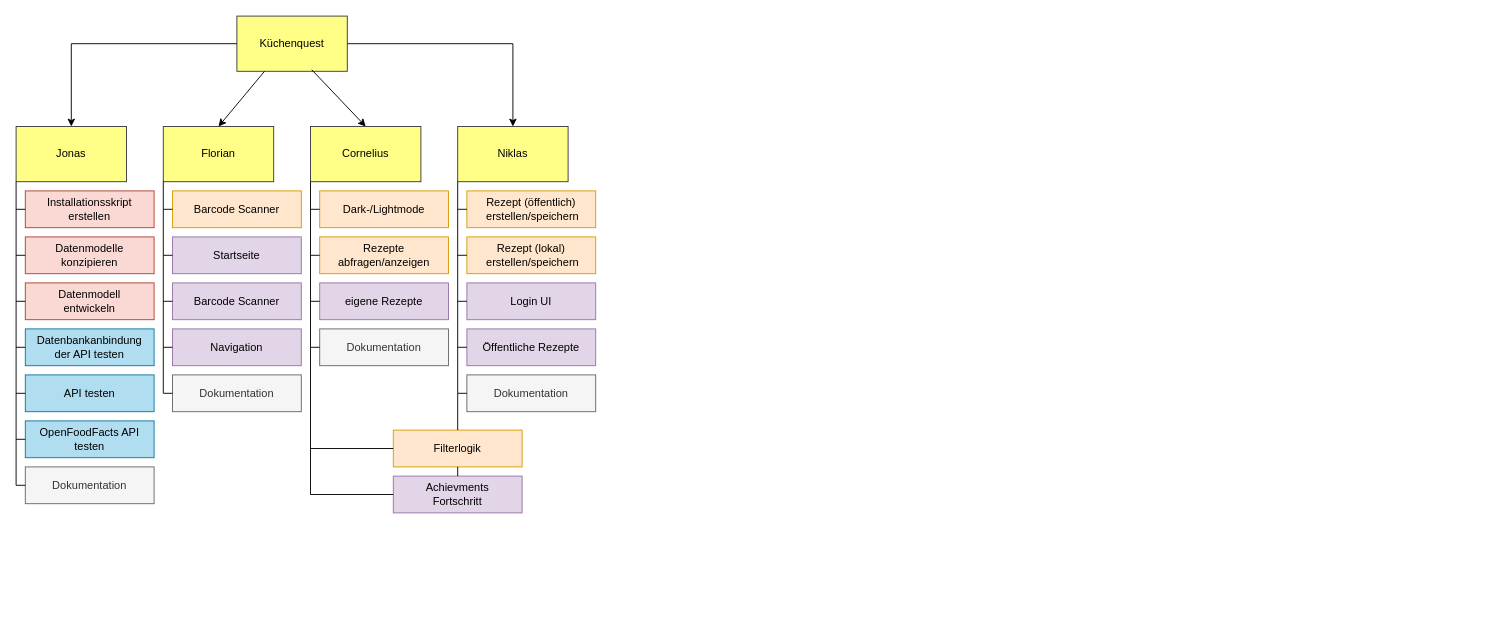
Earlier version of the draw.io diagram Diagramme/ProjektStrukturPlan.drawio (Jo-Broo/Projekt-LF12). Source tidied: cells renumbered, new cells numbered last; positions are measured from the earlier drawing's top-left corner, leaving out a move shared by most shapes. Both pictures are drawn from the tidied source at 92%, with x=0, y=0 at pixel (16, 16).
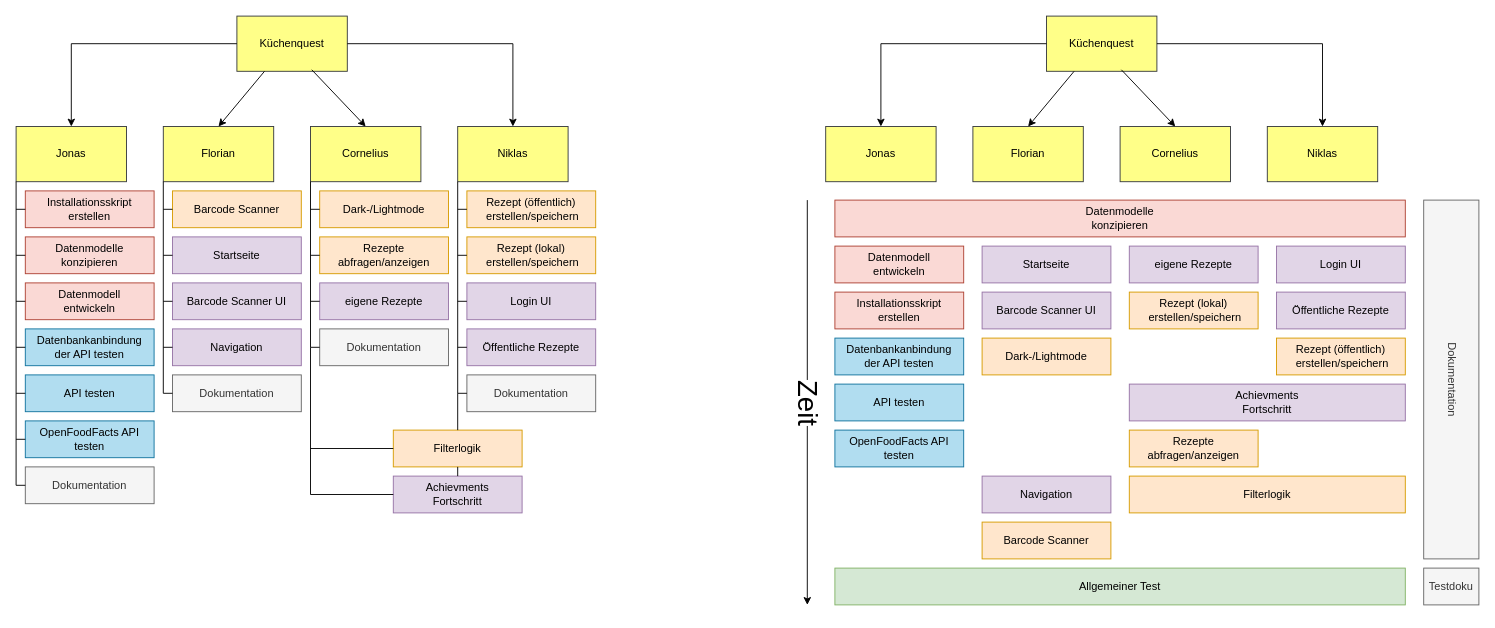
The same page after the edit.

Commit message (it also covers changes not shown here):
Projektstrukturplan geupdated

Change to the diagram source:
```diff
@@
-    <mxCell id="30" value="Barcode Scanner" style="rounded=0;whiteSpace=wrap;html=1;fillColor=#e1d5e7;strokeColor=#9673a6;" parent="1" vertex="1">
+    <mxCell id="30" value="Barcode Scanner UI" style="rounded=0;whiteSpace=wrap;html=1;fillColor=#e1d5e7;strokeColor=#9673a6;" parent="1" vertex="1">
       <mxGeometry x="170" y="290" width="140" height="40" as="geometry" />
     </mxCell>
@@
+    <mxCell id="59" value="Küchenquest" style="rounded=0;whiteSpace=wrap;html=1;fillColor=#ffff88;strokeColor=#36393d;" parent="1" vertex="1">
+      <mxGeometry x="1120" width="120" height="60" as="geometry" />
+    </mxCell>
+    <mxCell id="60" value="Jonas" style="rounded=0;whiteSpace=wrap;html=1;fillColor=#ffff88;strokeColor=#36393d;" parent="1" vertex="1">
+      <mxGeometry x="880" y="120" width="120" height="60" as="geometry" />
+    </mxCell>
+    <mxCell id="61" value="Florian" style="rounded=0;whiteSpace=wrap;html=1;fillColor=#ffff88;strokeColor=#36393d;" parent="1" vertex="1">
+      <mxGeometry x="1040" y="120" width="120" height="60" as="geometry" />
+    </mxCell>
+    <mxCell id="62" value="Cornelius" style="rounded=0;whiteSpace=wrap;html=1;fillColor=#ffff88;strokeColor=#36393d;" parent="1" vertex="1">
+      <mxGeometry x="1200" y="120" width="120" height="60" as="geometry" />
+    </mxCell>
+    <mxCell id="63" value="Niklas" style="rounded=0;whiteSpace=wrap;html=1;fillColor=#ffff88;strokeColor=#36393d;" parent="1" vertex="1">
+      <mxGeometry x="1360" y="120" width="120" height="60" as="geometry" />
+    </mxCell>
+    <mxCell id="64" style="endArrow=classic;html=1;rounded=0;exitX=0;exitY=0.5;exitDx=0;exitDy=0;entryX=0.5;entryY=0;entryDx=0;entryDy=0;" parent="1" edge="1" source="59" target="60">
+      <mxGeometry relative="1" as="geometry">
+        <Array as="points">
+          <mxPoint x="940" y="30" />
+        </Array>
+      </mxGeometry>
+    </mxCell>
+    <mxCell id="65" style="endArrow=classic;html=1;rounded=0;exitX=0.25;exitY=1;exitDx=0;exitDy=0;entryX=0.5;entryY=0;entryDx=0;entryDy=0;" parent="1" edge="1" source="59" target="61">
+      <mxGeometry relative="1" as="geometry" />
+    </mxCell>
+    <mxCell id="66" style="endArrow=classic;html=1;rounded=0;exitX=0.678;exitY=0.972;exitDx=0;exitDy=0;exitPerimeter=0;entryX=0.5;entryY=0;entryDx=0;entryDy=0;" parent="1" edge="1" source="59" target="62">
+      <mxGeometry relative="1" as="geometry" />
+    </mxCell>
+    <mxCell id="67" style="endArrow=classic;html=1;rounded=0;exitX=1;exitY=0.5;exitDx=0;exitDy=0;entryX=0.5;entryY=0;entryDx=0;entryDy=0;" parent="1" edge="1" source="59" target="63">
+      <mxGeometry relative="1" as="geometry">
+        <Array as="points">
+          <mxPoint x="1420" y="30" />
+        </Array>
+      </mxGeometry>
+    </mxCell>
+    <mxCell id="68" value="Datenmodelle&lt;div&gt;konzipieren&lt;/div&gt;" style="rounded=0;whiteSpace=wrap;html=1;fillColor=#fad9d5;strokeColor=#ae4132;" parent="1" vertex="1">
+      <mxGeometry x="890" y="200" width="620" height="40" as="geometry" />
+    </mxCell>
+    <mxCell id="69" value="Datenmodell&lt;div&gt;entwickeln&lt;/div&gt;" style="rounded=0;whiteSpace=wrap;html=1;fillColor=#fad9d5;strokeColor=#ae4132;" parent="1" vertex="1">
+      <mxGeometry x="890" y="250" width="140" height="40" as="geometry" />
+    </mxCell>
+    <mxCell id="70" value="Installationsskript&lt;div&gt;erstellen&lt;/div&gt;" style="rounded=0;whiteSpace=wrap;html=1;fillColor=#fad9d5;strokeColor=#ae4132;" parent="1" vertex="1">
+      <mxGeometry x="890" y="300" width="140" height="40" as="geometry" />
+    </mxCell>
+    <mxCell id="71" value="Datenbankanbindung&lt;div&gt;der API testen&lt;/div&gt;" style="rounded=0;whiteSpace=wrap;html=1;fillColor=#b1ddf0;strokeColor=#10739e;" parent="1" vertex="1">
+      <mxGeometry x="890" y="350" width="140" height="40" as="geometry" />
+    </mxCell>
+    <mxCell id="72" value="API testen" style="rounded=0;whiteSpace=wrap;html=1;fillColor=#b1ddf0;strokeColor=#10739e;" parent="1" vertex="1">
+      <mxGeometry x="890" y="400" width="140" height="40" as="geometry" />
+    </mxCell>
+    <mxCell id="73" value="OpenFoodFacts API testen" style="rounded=0;whiteSpace=wrap;html=1;fillColor=#b1ddf0;strokeColor=#10739e;" parent="1" vertex="1">
+      <mxGeometry x="890" y="450" width="140" height="40" as="geometry" />
+    </mxCell>
+    <mxCell id="74" value="Dark-/Lightmode" style="rounded=0;whiteSpace=wrap;html=1;fillColor=#ffe6cc;strokeColor=#d79b00;" parent="1" vertex="1">
+      <mxGeometry x="1050" y="350" width="140" height="40" as="geometry" />
+    </mxCell>
+    <mxCell id="75" value="Rezepte abfragen/anzeigen" style="rounded=0;whiteSpace=wrap;html=1;fillColor=#ffe6cc;strokeColor=#d79b00;" parent="1" vertex="1">
+      <mxGeometry x="1210" y="450" width="140" height="40" as="geometry" />
+    </mxCell>
+    <mxCell id="76" value="Filterlogik" style="rounded=0;whiteSpace=wrap;html=1;fillColor=#ffe6cc;strokeColor=#d79b00;" parent="1" vertex="1">
+      <mxGeometry x="1210" y="500" width="300" height="40" as="geometry" />
+    </mxCell>
+    <mxCell id="77" value="Rezept (öffentlich)&lt;div&gt;&amp;nbsp;erstellen/speichern&lt;/div&gt;" style="rounded=0;whiteSpace=wrap;html=1;fillColor=#ffe6cc;strokeColor=#d79b00;" parent="1" vertex="1">
+      <mxGeometry x="1370" y="350" width="140" height="40" as="geometry" />
+    </mxCell>
+    <mxCell id="78" value="Barcode Scanner" style="rounded=0;whiteSpace=wrap;html=1;fillColor=#ffe6cc;strokeColor=#d79b00;" parent="1" vertex="1">
+      <mxGeometry x="1050" y="550" width="140" height="40" as="geometry" />
+    </mxCell>
+    <mxCell id="79" value="Rezept (lokal)&lt;div&gt;&amp;nbsp;erstellen/speichern&lt;/div&gt;" style="rounded=0;whiteSpace=wrap;html=1;fillColor=#ffe6cc;strokeColor=#d79b00;" parent="1" vertex="1">
+      <mxGeometry x="1210" y="300" width="140" height="40" as="geometry" />
+    </mxCell>
+    <mxCell id="80" value="Login UI" style="rounded=0;whiteSpace=wrap;html=1;fillColor=#e1d5e7;strokeColor=#9673a6;" parent="1" vertex="1">
+      <mxGeometry x="1370" y="250" width="140" height="40" as="geometry" />
+    </mxCell>
+    <mxCell id="81" value="Startseite" style="rounded=0;whiteSpace=wrap;html=1;fillColor=#e1d5e7;strokeColor=#9673a6;" parent="1" vertex="1">
+      <mxGeometry x="1050" y="250" width="140" height="40" as="geometry" />
+    </mxCell>
+    <mxCell id="82" value="eigene Rezepte" style="rounded=0;whiteSpace=wrap;html=1;fillColor=#e1d5e7;strokeColor=#9673a6;" parent="1" vertex="1">
+      <mxGeometry x="1210" y="250" width="140" height="40" as="geometry" />
+    </mxCell>
+    <mxCell id="83" value="Öffentliche Rezepte" style="rounded=0;whiteSpace=wrap;html=1;fillColor=#e1d5e7;strokeColor=#9673a6;" parent="1" vertex="1">
+      <mxGeometry x="1370" y="300" width="140" height="40" as="geometry" />
+    </mxCell>
+    <mxCell id="84" value="Achievments&lt;div&gt;Fortschritt&lt;/div&gt;" style="rounded=0;whiteSpace=wrap;html=1;fillColor=#e1d5e7;strokeColor=#9673a6;" parent="1" vertex="1">
+      <mxGeometry x="1210" y="400" width="300" height="40" as="geometry" />
+    </mxCell>
+    <mxCell id="85" value="Navigation" style="rounded=0;whiteSpace=wrap;html=1;fillColor=#e1d5e7;strokeColor=#9673a6;" parent="1" vertex="1">
+      <mxGeometry x="1050" y="500" width="140" height="40" as="geometry" />
+    </mxCell>
+    <mxCell id="86" value="Barcode Scanner UI" style="rounded=0;whiteSpace=wrap;html=1;fillColor=#e1d5e7;strokeColor=#9673a6;" parent="1" vertex="1">
+      <mxGeometry x="1050" y="300" width="140" height="40" as="geometry" />
+    </mxCell>
+    <mxCell id="87" value="Dokumentation" style="rounded=0;whiteSpace=wrap;html=1;fillColor=#f5f5f5;fontColor=#333333;strokeColor=#666666;textDirection=vertical-rl;" parent="1" vertex="1">
+      <mxGeometry x="1530" y="200" width="60" height="390" as="geometry" />
+    </mxCell>
+    <mxCell id="88" value="Testdoku" style="rounded=0;whiteSpace=wrap;html=1;fillColor=#f5f5f5;fontColor=#333333;strokeColor=#666666;" parent="1" vertex="1">
+      <mxGeometry x="1530" y="600" width="60" height="40" as="geometry" />
+    </mxCell>
+    <mxCell id="89" value="Allgemeiner Test" style="rounded=0;whiteSpace=wrap;html=1;fillColor=#d5e8d4;strokeColor=#82b366;" parent="1" vertex="1">
+      <mxGeometry x="890" y="600" width="620" height="40" as="geometry" />
+    </mxCell>
+    <mxCell id="90" value="Zeit" style="endArrow=classic;html=1;rounded=0;fontSize=30;textDirection=vertical-rl;" parent="1" edge="1">
+      <mxGeometry relative="1" as="geometry">
+        <mxPoint x="860" y="200" as="sourcePoint" />
+        <mxPoint x="860" y="640" as="targetPoint" />
+      </mxGeometry>
+    </mxCell>
```
